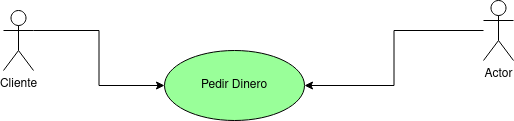
Before: img/test.png, a diagram exported from draw.io (mackstm/ets). Source tidied: cells renumbered, new cells last; positions are measured from the earlier drawing's top-left corner, leaving out a move shared by most shapes. Source of this version:
```xml
<mxGraphModel>
  <root>
    <mxCell id="0" />
    <mxCell id="1" parent="0" />
    <mxCell id="2" style="edgeStyle=orthogonalEdgeStyle;rounded=0;jettySize=auto;html=1;exitX=1;exitY=0.3333333333333333;exitDx=0;exitDy=0;exitPerimeter=0;entryX=0;entryY=0.5;entryDx=0;entryDy=0;" parent="1" edge="1" source="3" target="6">
      <mxGeometry relative="1" as="geometry" />
    </mxCell>
    <mxCell id="3" value="&lt;div&gt;Cliente&lt;/div&gt;" style="shape=umlActor;verticalLabelPosition=bottom;verticalAlign=top;html=1;outlineConnect=0;" parent="1" vertex="1">
      <mxGeometry y="10" width="30" height="60" as="geometry" />
    </mxCell>
    <mxCell id="4" style="edgeStyle=orthogonalEdgeStyle;rounded=0;jettySize=auto;html=1;entryX=1;entryY=0.5;entryDx=0;entryDy=0;" parent="1" edge="1" source="5" target="6">
      <mxGeometry relative="1" as="geometry" />
    </mxCell>
    <mxCell id="5" value="Actor" style="shape=umlActor;verticalLabelPosition=bottom;verticalAlign=top;html=1;outlineConnect=0;" parent="1" vertex="1">
      <mxGeometry x="480" width="30" height="60" as="geometry" />
    </mxCell>
    <mxCell id="6" value="&lt;div&gt;Pedir Dinero&lt;/div&gt;" style="ellipse;whiteSpace=wrap;html=1;fillColor=#99FF99;" parent="1" vertex="1">
      <mxGeometry x="161" y="50" width="140" height="70" as="geometry" />
    </mxCell>
  </root>
</mxGraphModel>
```
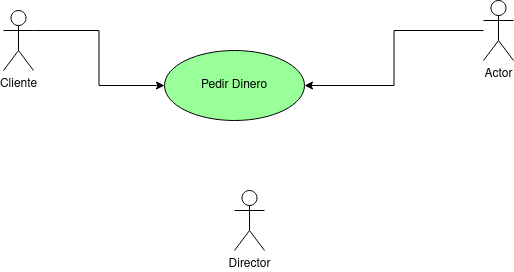
After the change.

Change to the diagram source:
```diff
@@ -17,5 +17,8 @@
     <mxCell id="6" value="&lt;div&gt;Pedir Dinero&lt;/div&gt;" style="ellipse;whiteSpace=wrap;html=1;fillColor=#99FF99;" parent="1" vertex="1">
       <mxGeometry x="161" y="50" width="140" height="70" as="geometry" />
     </mxCell>
+    <mxCell id="7" value="&lt;div&gt;Director&lt;/div&gt;" style="shape=umlActor;verticalLabelPosition=bottom;verticalAlign=top;html=1;" parent="1" vertex="1">
+      <mxGeometry x="231" y="190" width="30" height="60" as="geometry" />
+    </mxCell>
   </root>
 </mxGraphModel>
```
